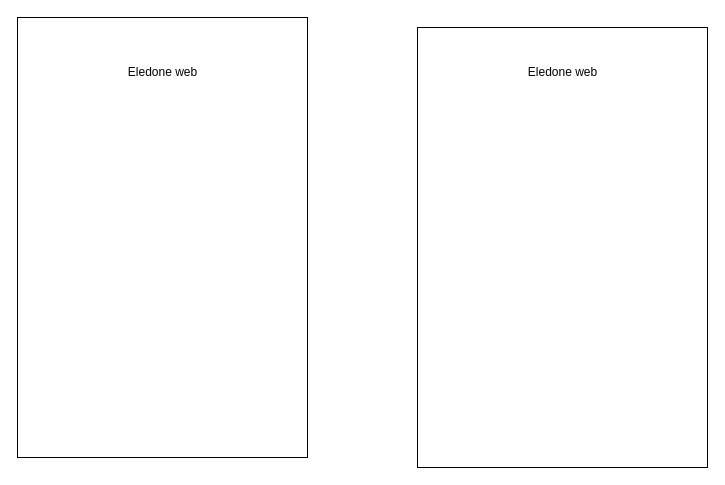
Above: figures/drawio/eledone.drawio in capocchi/rapport_de_stage (draw.io), before the change. Source tidied: cells renumbered, new cells numbered last; positions are measured from the earlier drawing's top-left corner, leaving out a move shared by most shapes. Both pictures are drawn from the tidied source at 100%, with x=0, y=0 at pixel (17, 17).
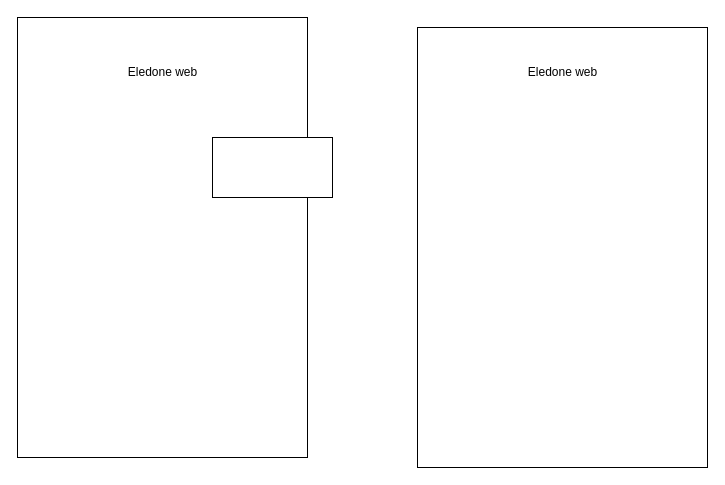
The same page after the edit.

Change to the diagram source:
```diff
@@
 <mxGraphModel>
   <root>
     <mxCell id="0" />
     <mxCell id="1" parent="0" />
     <mxCell id="2" style="whiteSpace=wrap;html=1;" parent="1" vertex="1">
       <mxGeometry width="290" height="440" as="geometry" />
     </mxCell>
     <mxCell id="3" value="Eledone web&lt;br&gt;" style="text;html=1;align=center;verticalAlign=middle;strokeColor=none;fillColor=none;" parent="1" vertex="1">
       <mxGeometry x="100" y="40" width="90" height="30" as="geometry" />
     </mxCell>
     <mxCell id="4" style="whiteSpace=wrap;html=1;" parent="1" vertex="1">
       <mxGeometry x="400" y="10" width="290" height="440" as="geometry" />
     </mxCell>
     <mxCell id="5" value="Eledone web&lt;br&gt;" style="text;html=1;align=center;verticalAlign=middle;strokeColor=none;fillColor=none;" parent="1" vertex="1">
       <mxGeometry x="500" y="40" width="90" height="30" as="geometry" />
     </mxCell>
+    <mxCell id="6" style="whiteSpace=wrap;html=1;" parent="1" vertex="1">
+      <mxGeometry x="195" y="120" width="120" height="60" as="geometry" />
+    </mxCell>
   </root>
 </mxGraphModel>
```
